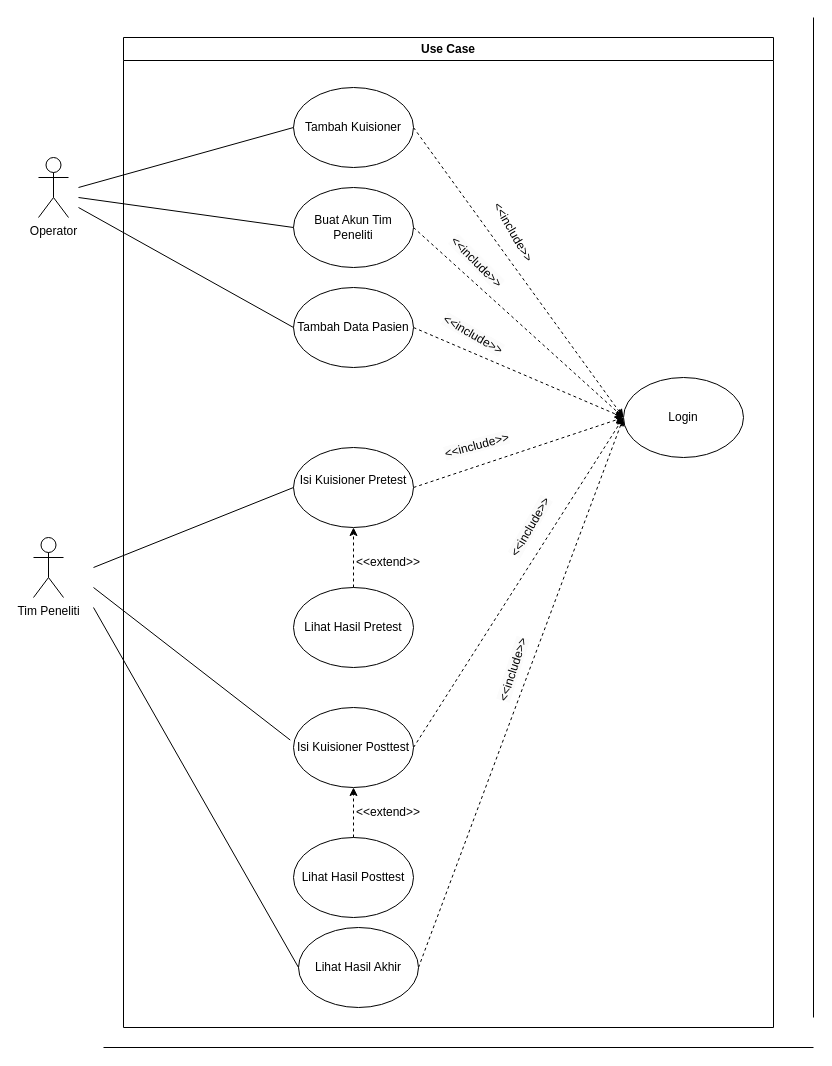
Earlier version of the draw.io diagram use_case_tugas_akhir.drawio (zzarr/Tugas-Akhir). Source tidied: cells renumbered, new cells numbered last; positions are measured from the earlier drawing's top-left corner, leaving out a move shared by most shapes. Both pictures are drawn from the tidied source at 100%, with x=0, y=0 at pixel (33, 17).
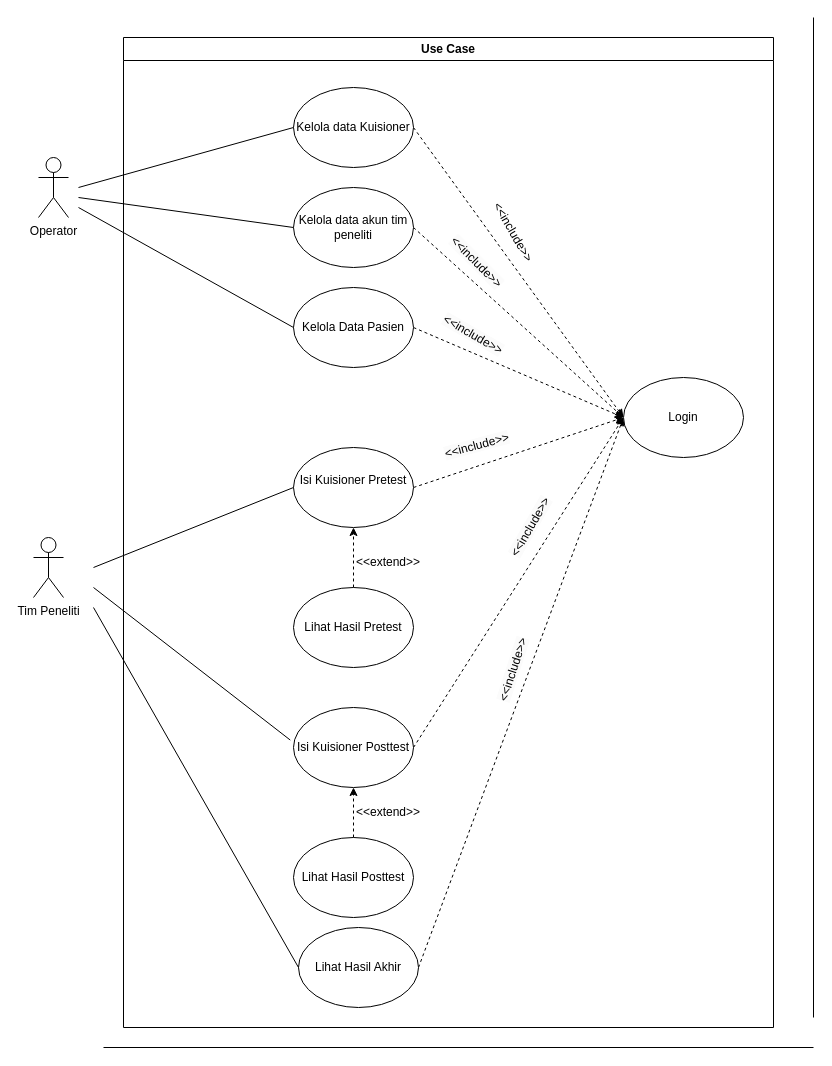
After the change.

The edit, as a diff of the source:
```diff
@@
-    <mxCell id="4" value="Tambah Kuisioner" style="ellipse;whiteSpace=wrap;html=1;" parent="1" vertex="1">
+    <mxCell id="4" value="Kelola data Kuisioner" style="ellipse;whiteSpace=wrap;html=1;" parent="1" vertex="1">
       <mxGeometry x="260" y="70" width="120" height="80" as="geometry" />
     </mxCell>
@@
-    <mxCell id="6" value="Buat Akun Tim Peneliti" style="ellipse;whiteSpace=wrap;html=1;" parent="1" vertex="1">
+    <mxCell id="6" value="Kelola data akun tim peneliti" style="ellipse;whiteSpace=wrap;html=1;" parent="1" vertex="1">
       <mxGeometry x="260" y="170" width="120" height="80" as="geometry" />
     </mxCell>
@@
-    <mxCell id="8" value="Tambah Data Pasien" style="ellipse;whiteSpace=wrap;html=1;" parent="1" vertex="1">
+    <mxCell id="8" value="Kelola Data Pasien" style="ellipse;whiteSpace=wrap;html=1;" parent="1" vertex="1">
       <mxGeometry x="260" y="270" width="120" height="80" as="geometry" />
     </mxCell>
```
